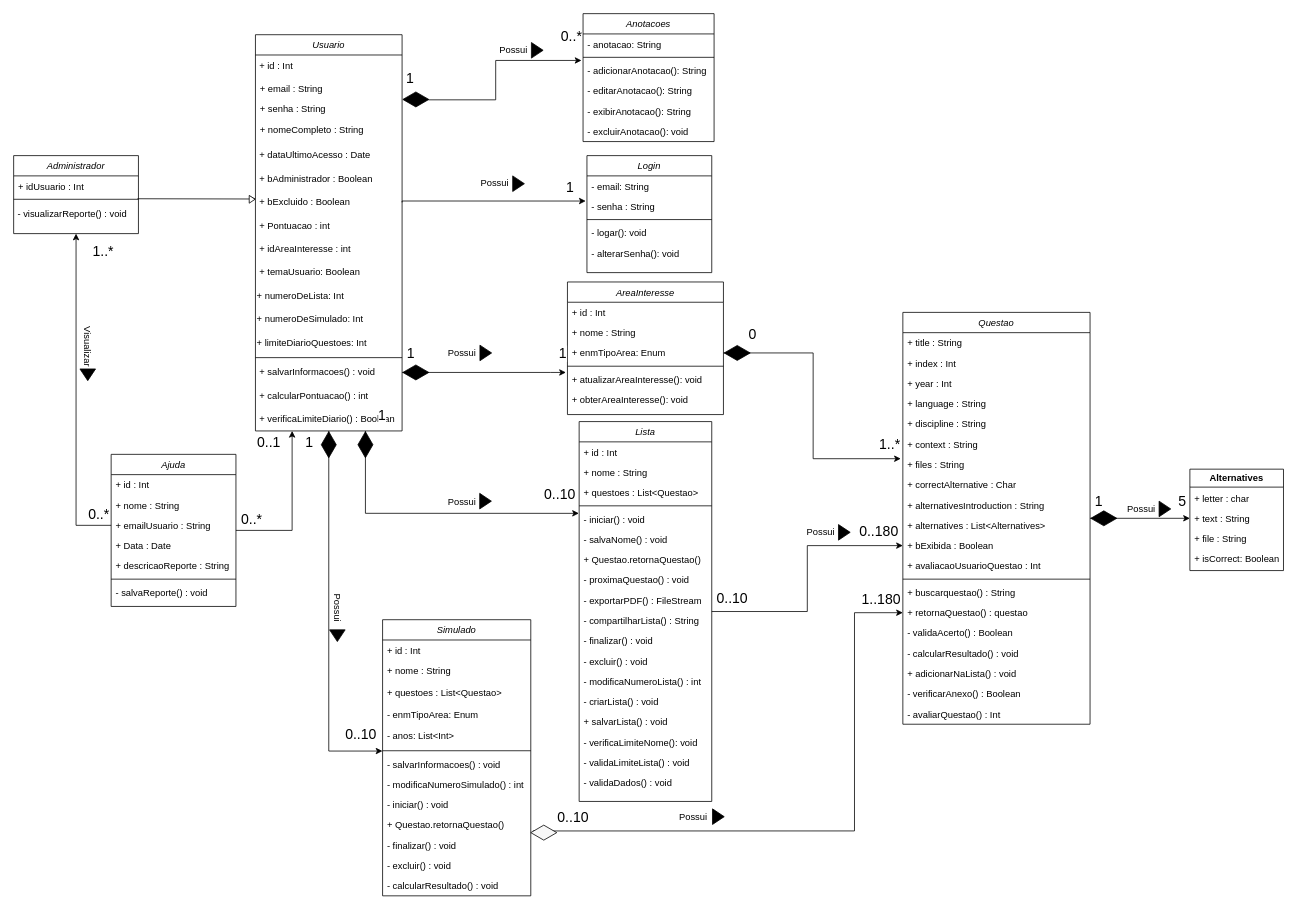
augustorazani/QENEM-UML-Diagram keeps this draw.io diagram as QENEM UML Diagram.drawio. Above is the earlier version. Source tidied: cells renumbered, new cells numbered last; positions are measured from the earlier drawing's top-left corner, leaving out a move shared by most shapes. Both pictures are drawn from the tidied source at 78%, with x=0, y=0 at pixel (13, 13).
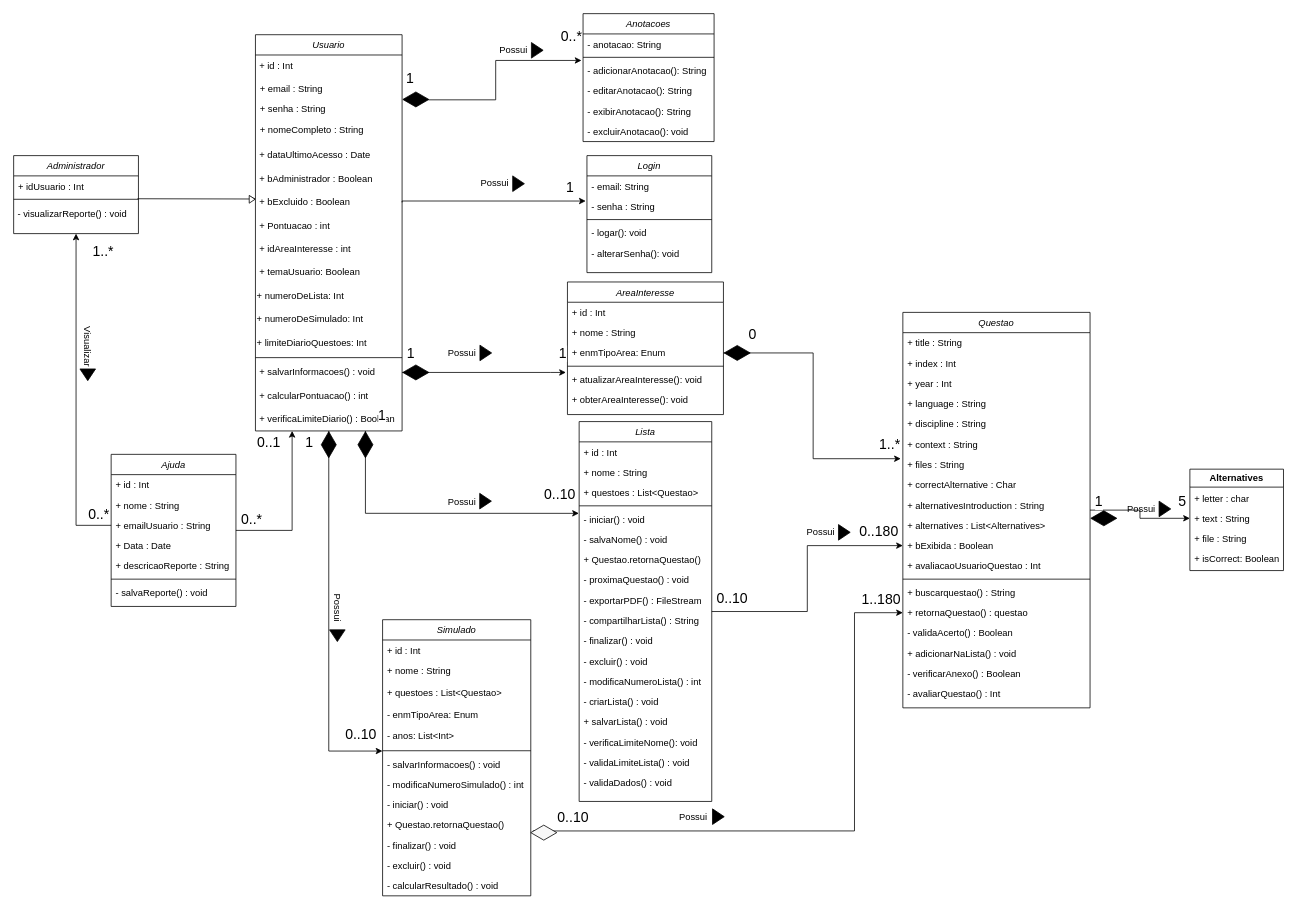
Above is the later version.

The edit, as a diff of the source:
```diff
@@
     <mxCell id="71" value="Questao" style="swimlane;fontStyle=2;align=center;verticalAlign=top;horizontal=1;startSize=26;rounded=0;shadow=0;strokeWidth=1;" parent="1" vertex="1">
-      <mxGeometry x="1140" y="383" width="240" height="528" as="geometry" />
+      <mxGeometry x="1140" y="383" width="240" height="507" as="geometry" />
     </mxCell>
@@
-    <mxCell id="88" value="- calcularResultado() : void" style="text;align=left;verticalAlign=top;spacingLeft=4;spacingRight=4;overflow=hidden;" parent="71" vertex="1">
-      <mxGeometry y="424" width="240" height="26" as="geometry" />
-    </mxCell>
     <mxCell id="89" value="+ adicionarNaLista() : void" style="text;align=left;verticalAlign=top;spacingLeft=4;spacingRight=4;overflow=hidden;" parent="71" vertex="1">
-      <mxGeometry y="450" width="240" height="26" as="geometry" />
+      <mxGeometry y="424" width="240" height="26" as="geometry" />
     </mxCell>
     <mxCell id="90" value="- verificarAnexo() : Boolean" style="text;align=left;verticalAlign=top;spacingLeft=4;spacingRight=4;overflow=hidden;" parent="71" vertex="1">
-      <mxGeometry y="476" width="240" height="26" as="geometry" />
+      <mxGeometry y="450" width="240" height="26" as="geometry" />
     </mxCell>
     <mxCell id="91" value="- avaliarQuestao() : Int" style="text;align=left;verticalAlign=top;spacingLeft=4;spacingRight=4;overflow=hidden;" parent="71" vertex="1">
-      <mxGeometry y="502" width="240" height="26" as="geometry" />
+      <mxGeometry y="476" width="240" height="26" as="geometry" />
     </mxCell>
```
